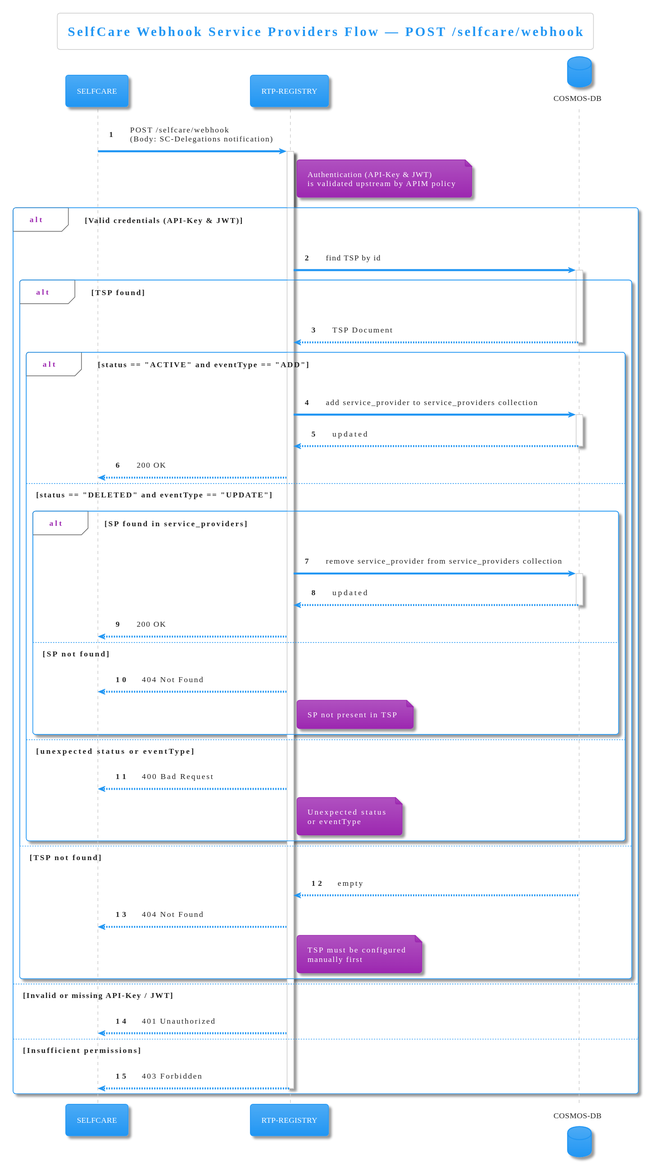
The PlantUML diagram diagrams/selfcare-service-providers-webhook.svg in pagopa/rtp-docs, before a commit.
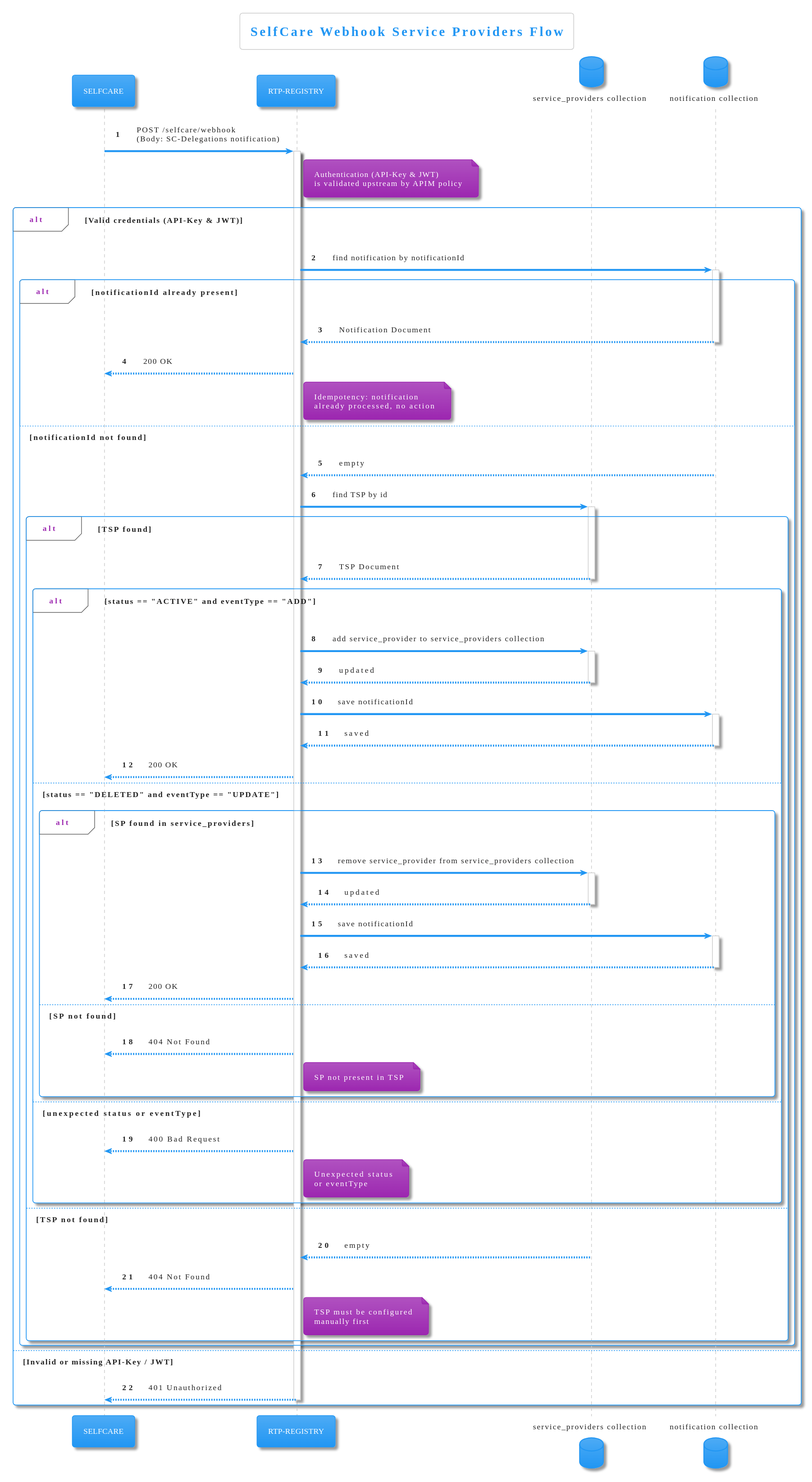
Above is the later version.

Commit message:
fix: [SRTP-2375] Update sequence SelfCare Webhook (#60)

* fix: SRTP-2375 Update database name in SelfCare Webhook diagram and remove unused permission check

* Diagrams commit

* fix: SRTP-2375 Update database name in SelfCare Webhook diagram and remove unused permission check

* Diagrams commit

* fix: SRTP-2375 Update SelfCare Webhook diagram to include notification handling and database name changes

* Diagrams commit

---------

The edit, as a diff of the source:
```diff
@@ -1,11 +1,12 @@
 @startuml
 !theme materia
 
-title SelfCare Webhook Service Providers Flow — POST /selfcare/webhook
+title SelfCare Webhook Service Providers Flow
 
 participant "SELFCARE" as SC
 participant "RTP-REGISTRY" as REG
-database "COSMOS-DB" as DB
+database "service_providers collection" as DB
+database "notification collection" as NDB
 
 autonumber
 
@@ -17,57 +18,79 @@
 activate REG
 
 alt Valid credentials (API-Key & JWT)
-    REG -> DB: find TSP by id
-    activate DB
+    REG -> NDB: find notification by notificationId
+    activate NDB
 
-    alt TSP found
-        DB --> REG: TSP Document
-        deactivate DB
+    alt notificationId already present
+        NDB --> REG: Notification Document
+        deactivate NDB
+        REG --> SC: 200 OK
+        note right of REG
+          Idempotency: notification
+          already processed, no action
+        end note
 
-        alt status == "ACTIVE" and eventType == "ADD"
-            REG -> DB: add service_provider to service_providers collection
-            activate DB
-            DB --> REG: updated
+    else notificationId not found
+        NDB --> REG: empty
+        deactivate NDB
+
+        REG -> DB: find TSP by id
+        activate DB
+
+        alt TSP found
+            DB --> REG: TSP Document
             deactivate DB
-            REG --> SC: 200 OK
 
-        else status == "DELETED" and eventType == "UPDATE"
-            alt SP found in service_providers
-                REG -> DB: remove service_provider from service_providers collection
+            alt status == "ACTIVE" and eventType == "ADD"
+                REG -> DB: add service_provider to service_providers collection
                 activate DB
                 DB --> REG: updated
                 deactivate DB
+                REG -> NDB: save notificationId
+                activate NDB
+                NDB --> REG: saved
+                deactivate NDB
                 REG --> SC: 200 OK
-            else SP not found
-                REG --> SC: 404 Not Found
+
+            else status == "DELETED" and eventType == "UPDATE"
+                alt SP found in service_providers
+                    REG -> DB: remove service_provider from service_providers collection
+                    activate DB
+                    DB --> REG: updated
+                    deactivate DB
+                    REG -> NDB: save notificationId
+                    activate NDB
+                    NDB --> REG: saved
+                    deactivate NDB
+                    REG --> SC: 200 OK
+                else SP not found
+                    REG --> SC: 404 Not Found
+                    note right of REG
+                      SP not present in TSP
+                    end note
+                end
+
+            else unexpected status or eventType
+                REG --> SC: 400 Bad Request
                 note right of REG
-                  SP not present in TSP
+                  Unexpected status
+                  or eventType
                 end note
             end
 
-        else unexpected status or eventType
-            REG --> SC: 400 Bad Request
+        else TSP not found
+            DB --> REG: empty
+            deactivate DB
+            REG --> SC: 404 Not Found
             note right of REG
-              Unexpected status
-              or eventType
+              TSP must be configured
+              manually first
             end note
         end
-
-    else TSP not found
-        DB --> REG: empty
-        deactivate DB
-        REG --> SC: 404 Not Found
-        note right of REG
-          TSP must be configured
-          manually first
-        end note
     end
 
 else Invalid or missing API-Key / JWT
     REG --> SC: 401 Unauthorized
-
-else Insufficient permissions
-    REG --> SC: 403 Forbidden
     deactivate REG
 end
 @enduml
```
